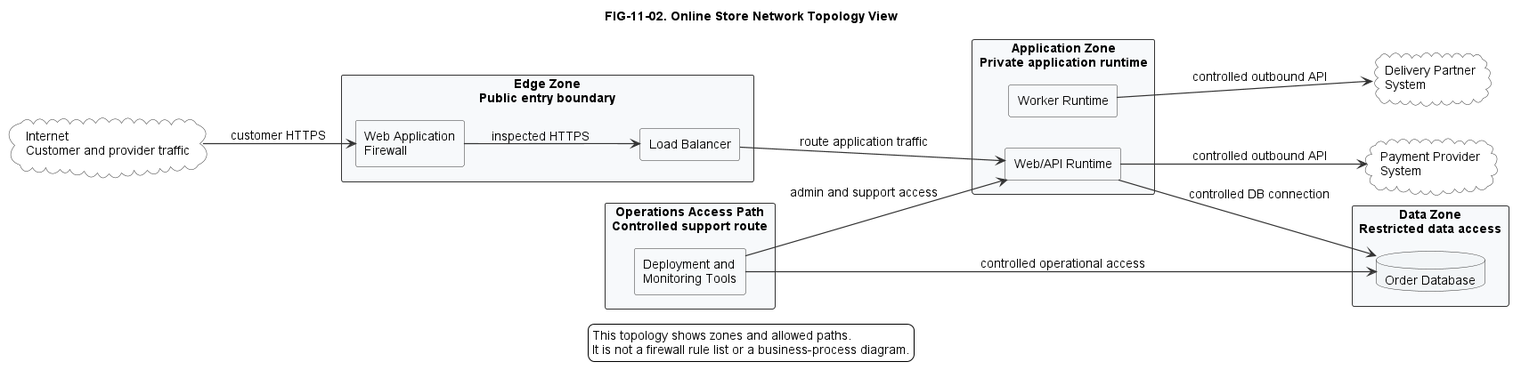
This is diagrams/exported/png/FIG-11-02-online-store-network-topology-view.png from nishikanttiwari01/Architecture_Modelling, a PlantUML export, as it was before one commit.
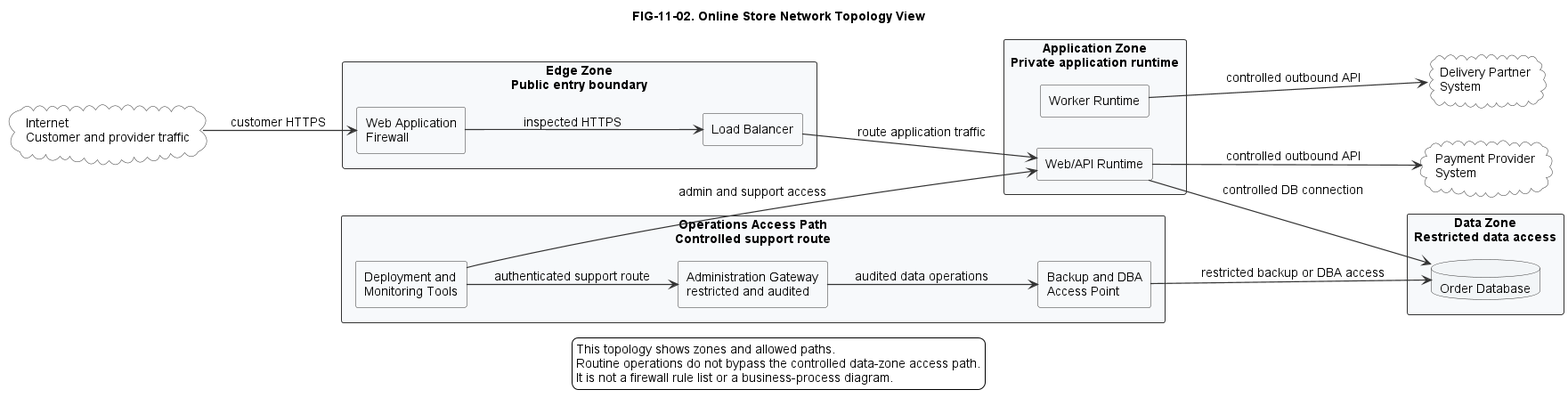
After the commit.

Diff of the diagram source:
```diff
@@ -31,6 +31,8 @@
 
 rectangle "Operations Access Path\nControlled support route" as OpsPath {
   rectangle "Deployment and\nMonitoring Tools" as OpsTools
+  rectangle "Administration Gateway\nrestricted and audited" as AdminGateway
+  rectangle "Backup and DBA\nAccess Point" as BackupDbaAccess
 }
 
 cloud "Payment Provider\nSystem" as PaymentProvider
@@ -43,10 +45,13 @@
 AppRuntime --> PaymentProvider : controlled outbound API
 WorkerRuntime --> DeliveryPartner : controlled outbound API
 OpsTools --> AppRuntime : admin and support access
-OpsTools --> OrderDatabase : controlled operational access
+OpsTools --> AdminGateway : authenticated support route
+AdminGateway --> BackupDbaAccess : audited data operations
+BackupDbaAccess --> OrderDatabase : restricted backup or DBA access
 
 legend bottom
 This topology shows zones and allowed paths.
+Routine operations do not bypass the controlled data-zone access path.
 It is not a firewall rule list or a business-process diagram.
 endlegend
 @enduml
```
